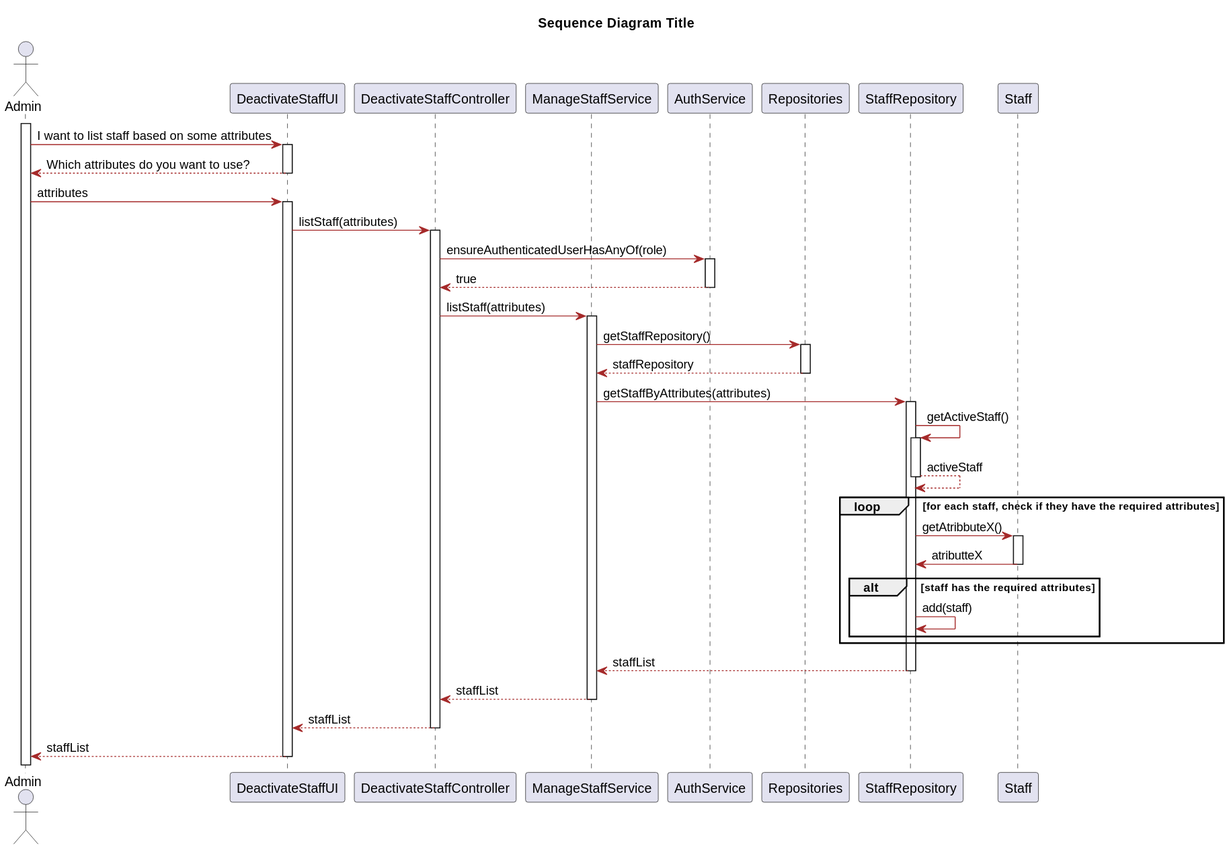
Before: Docs/Sprint1/UserStories/LAPR5/us5115/design/png/sequence-diagram.svg, a diagram exported from PlantUML (LAPR5-043/sem_5_24_25_043).
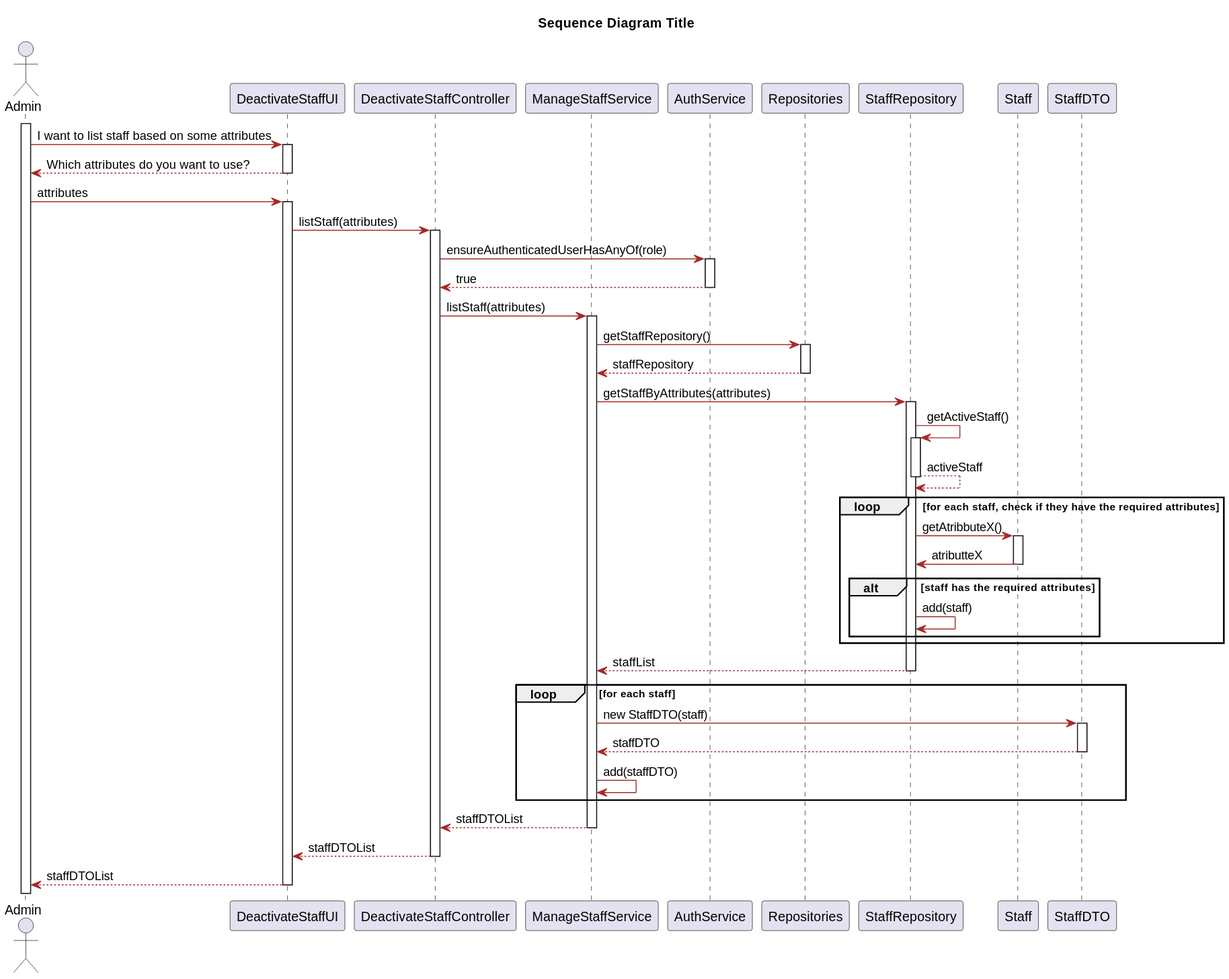
After the commit.

Change to the diagram source:
```diff
@@ -28,6 +28,7 @@
 participant "Repositories" as Repositories
 participant "StaffRepository" as userR
 participant "Staff" as user
+participant "StaffDTO" as userDTO
 
 activate Admin
 Admin -> UI: I want to list staff based on some attributes
@@ -68,10 +69,17 @@
 end
 userR --> userS : staffList
 deactivate userR
-userS --> Controller : staffList
+loop for each staff
+userS -> userDTO : new StaffDTO(staff)
+activate userDTO
+userDTO --> userS : staffDTO
+deactivate userDTO
+userS -> userS : add(staffDTO)
+end
+userS --> Controller : staffDTOList
 deactivate userS
-Controller --> UI : staffList
+Controller --> UI : staffDTOList
 deactivate Controller
-UI --> Admin : staffList
+UI --> Admin : staffDTOList
 deactivate UI
 @enduml
```
